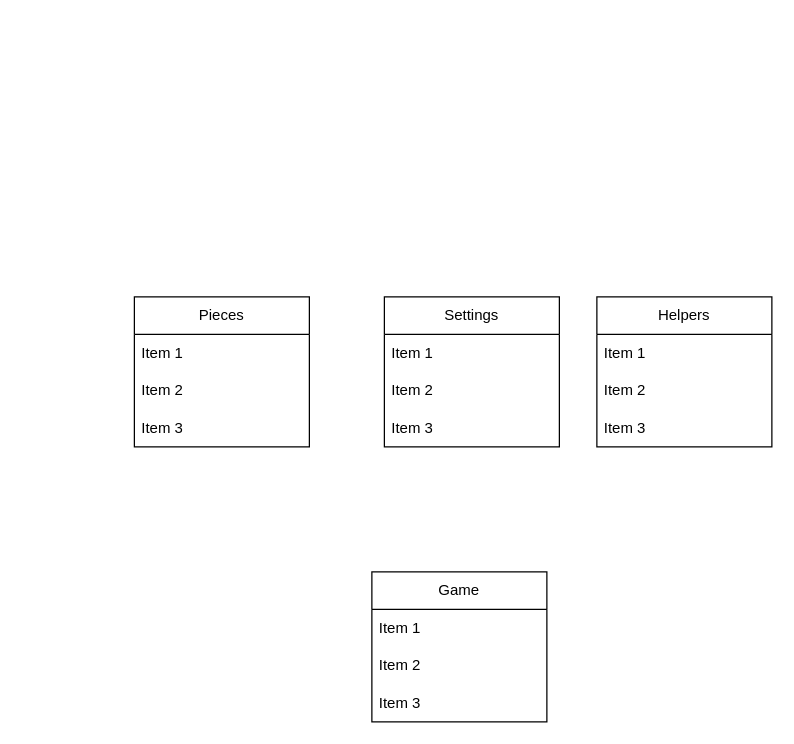
hannahkilloh/Team_6_SW3 keeps this draw.io diagram as page "game_architecture" (2 of 2) of GP_draft_UML.drawio. Above is the earlier version. Source tidied: cells renumbered, new cells numbered last; positions are measured from the earlier drawing's top-left corner, leaving out a move shared by most shapes. Both pictures are drawn from the tidied source at 125%, with x=0, y=0 at pixel (134, 296).
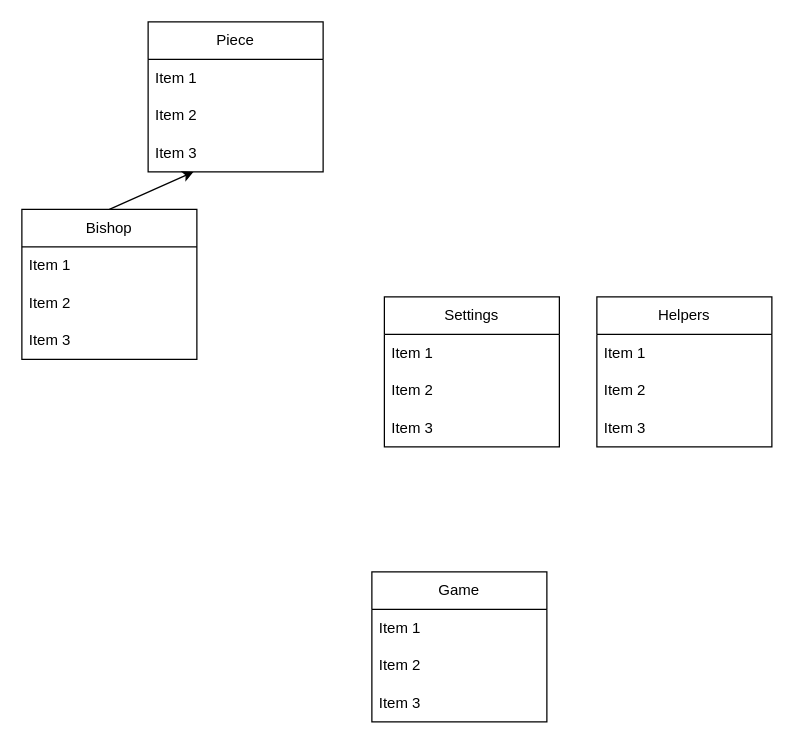
The same diagram, later.

Commit message (it also covers changes not shown here):
draws pieces into the board

What changed in the source:
```diff
@@
+    <mxCell id="18" style="edgeStyle=none;html=1;exitX=0.5;exitY=0;exitDx=0;exitDy=0;" parent="1" edge="1" source="10" target="22">
+      <mxGeometry relative="1" as="geometry" />
+    </mxCell>
-    <mxCell id="10" value="Pieces" style="swimlane;fontStyle=0;horizontal=1;startSize=30;whiteSpace=wrap;html=1;" parent="1" vertex="1">
-      <mxGeometry width="140" height="120" as="geometry" />
+    <mxCell id="10" value="Bishop" style="swimlane;fontStyle=0;horizontal=1;startSize=30;whiteSpace=wrap;html=1;" parent="1" vertex="1">
+      <mxGeometry x="-90" y="-70" width="140" height="120" as="geometry" />
     </mxCell>
@@
+    <mxCell id="19" value="Piece" style="swimlane;fontStyle=0;horizontal=1;startSize=30;whiteSpace=wrap;html=1;" parent="1" vertex="1">
+      <mxGeometry x="11" y="-220" width="140" height="120" as="geometry" />
+    </mxCell>
+    <mxCell id="20" value="Item 1" style="text;strokeColor=none;fillColor=none;align=left;verticalAlign=middle;spacingLeft=4;spacingRight=4;overflow=hidden;whiteSpace=wrap;html=1;" parent="19" vertex="1">
+      <mxGeometry y="30" width="140" height="30" as="geometry" />
+    </mxCell>
+    <mxCell id="21" value="Item 2" style="text;strokeColor=none;fillColor=none;align=left;verticalAlign=middle;spacingLeft=4;spacingRight=4;overflow=hidden;whiteSpace=wrap;html=1;" parent="19" vertex="1">
+      <mxGeometry y="60" width="140" height="30" as="geometry" />
+    </mxCell>
+    <mxCell id="22" value="Item 3" style="text;strokeColor=none;fillColor=none;align=left;verticalAlign=middle;spacingLeft=4;spacingRight=4;overflow=hidden;points=[[0,0.5],[1,0.5]];portConstraint=eastwest;whiteSpace=wrap;html=1;" parent="19" vertex="1">
+      <mxGeometry y="90" width="140" height="30" as="geometry" />
+    </mxCell>
```
